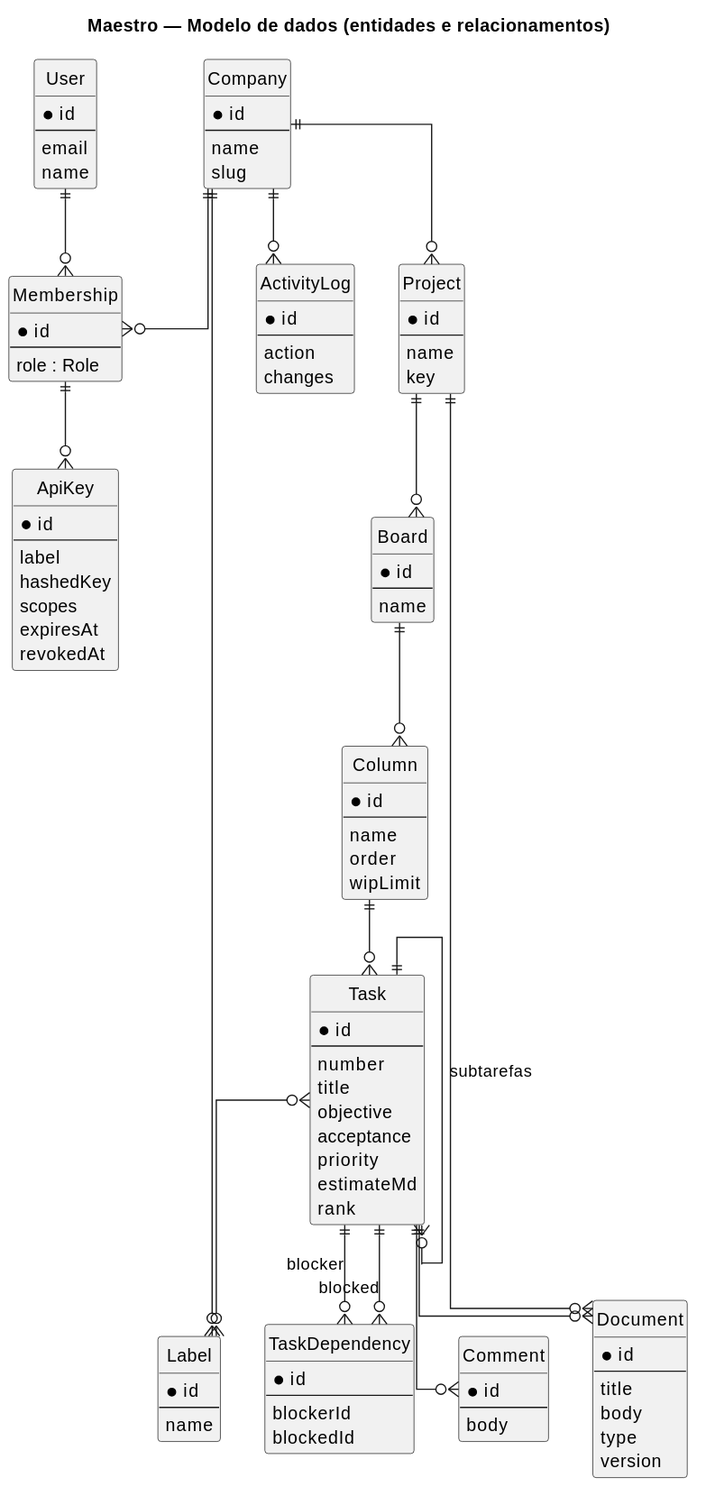
This is docs/diagramas/modelo-dados.svg from WalterSilva5/agentic-dev-maestro, a PlantUML export, as it was before one commit.
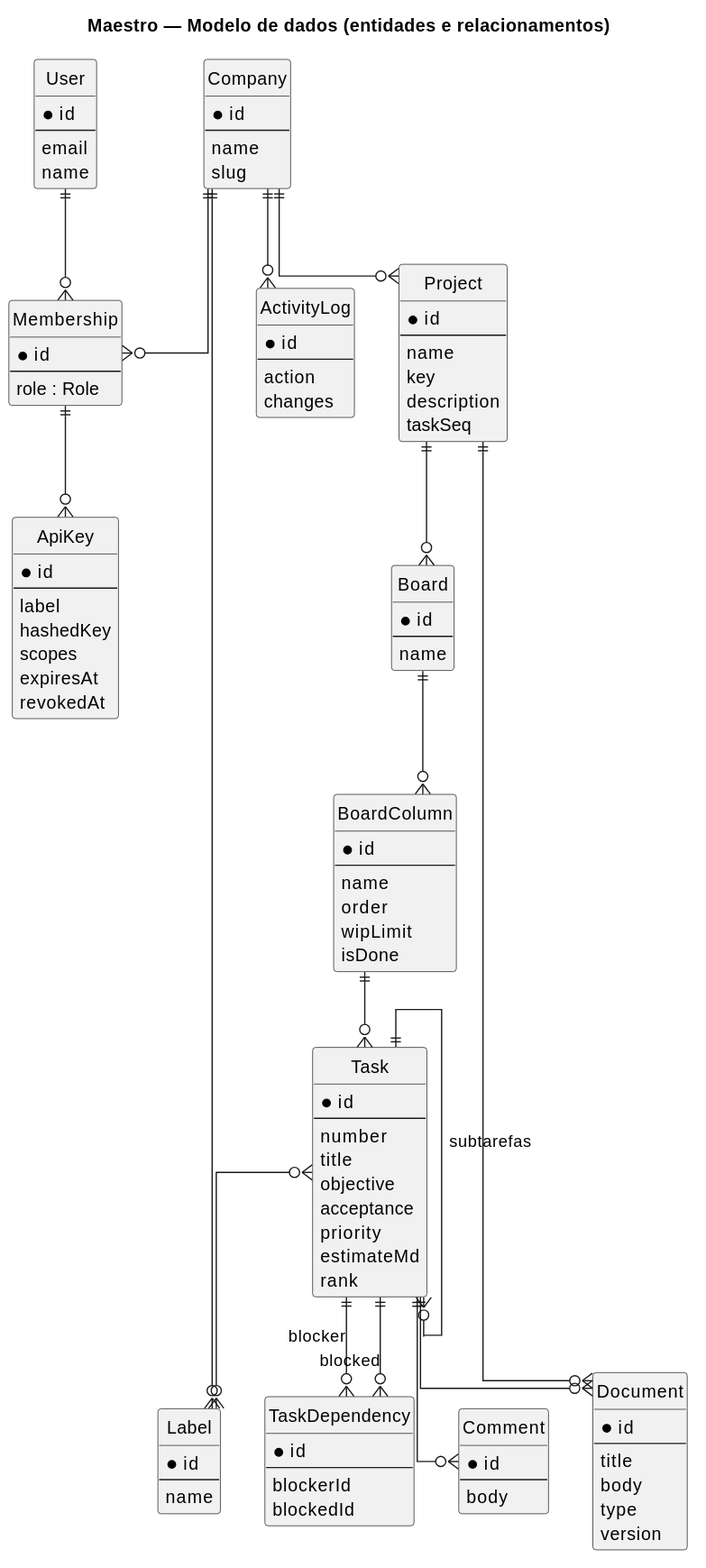
Later version of the same file.

Commit message:
docs: alinha documentacao e diagramas a implementacao real

Change to the diagram source:
```diff
@@ -37,18 +37,21 @@
   --
   name
   key
+  description
+  taskSeq
 }
 entity Board {
   * id
   --
   name
 }
-entity Column {
+entity BoardColumn {
   * id
   --
   name
   order
   wipLimit
+  isDone
 }
 entity Task {
   * id
@@ -97,8 +100,8 @@
 Membership ||--o{ ApiKey
 Company  ||--o{ Project
 Project  ||--o{ Board
-Board    ||--o{ Column
-Column   ||--o{ Task
+Board    ||--o{ BoardColumn
+BoardColumn ||--o{ Task
 Task     ||--o{ Task : subtarefas
 Task     ||--o{ TaskDependency : blocker
 Task     ||--o{ TaskDependency : blocked
```
